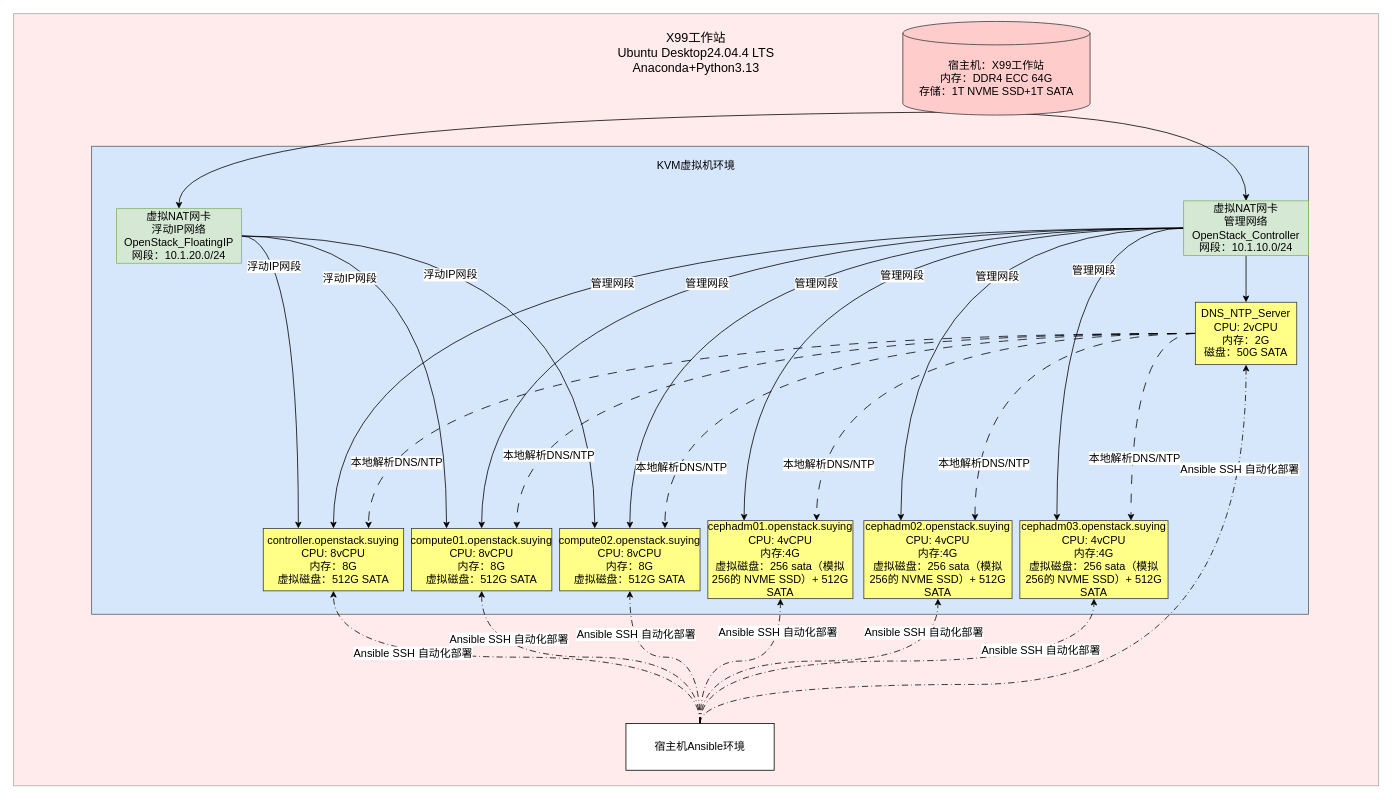
Above: 测试环境部署模型.drawio in lrAltas/DrwaIO (draw.io), before the change. Source tidied: cells renumbered, new cells numbered last; positions are measured from the earlier drawing's top-left corner, leaving out a move shared by most shapes. Both pictures are drawn from the tidied source at 78%, with x=0, y=0 at pixel (13, 13).
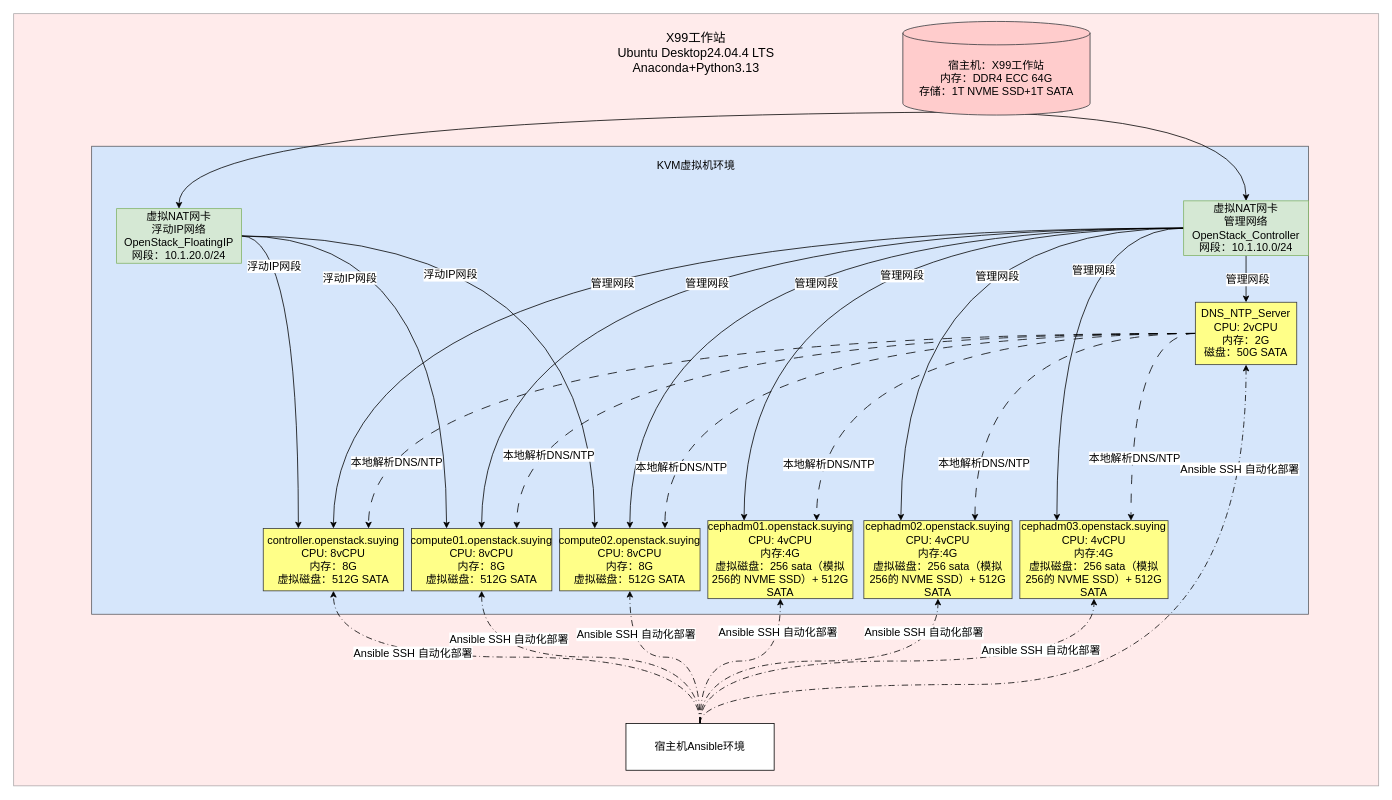
The same page after the edit.

Commit message (it also covers changes not shown here):
更新测试环境部署模型.drawio

Unchanged cells that the change refers to:
```xml
<mxCell id="7" style="edgeStyle=orthogonalEdgeStyle;rounded=0;jettySize=auto;html=1;entryX=0.5;entryY=0;entryDx=0;entryDy=0;fontSize=14;" parent="1" edge="1" source="20" target="40">
  <mxGeometry relative="1" as="geometry" />
</mxCell>
```

Change to the diagram source:
```diff
@@
+    <mxCell id="64" value="&lt;font style=&quot;font-size: 14px;&quot;&gt;管理网段&lt;/font&gt;" style="edgeLabel;html=1;align=center;verticalAlign=middle;" parent="7" vertex="1">
+      <mxGeometry x="0.01" y="1" relative="1" as="geometry" />
+    </mxCell>
```
